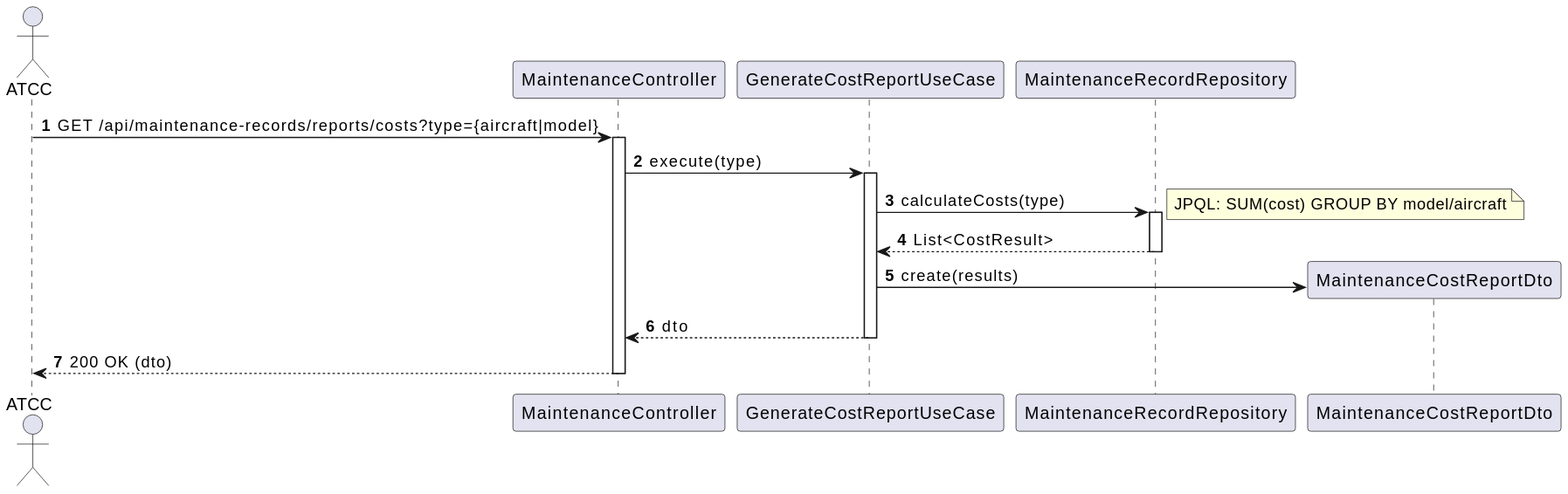
Before: docs/sytem-documentation/US220/svg/US220-SD.svg, a diagram exported from PlantUML (caetanotiago/PSOFT). Source of this version:
```plantuml
@startuml
autonumber
actor "ATCC" as ATCC
participant "MaintenanceController" as Ctrl
participant "GenerateCostReportUseCase" as UseCase
participant "MaintenanceRecordRepository" as Repo
participant "MaintenanceCostReportDto" as Dto

ATCC -> Ctrl : GET /api/maintenance-records/reports/costs?type={aircraft|model}
activate Ctrl

Ctrl -> UseCase : execute(type)
activate UseCase

UseCase -> Repo : calculateCosts(type)
activate Repo
note right: JPQL: SUM(cost) GROUP BY model/aircraft
Repo --> UseCase : List<CostResult>
deactivate Repo

UseCase -> Dto ** : create(results)
UseCase --> Ctrl : dto
deactivate UseCase

Ctrl --> ATCC : 200 OK (dto)
deactivate Ctrl
@enduml
```
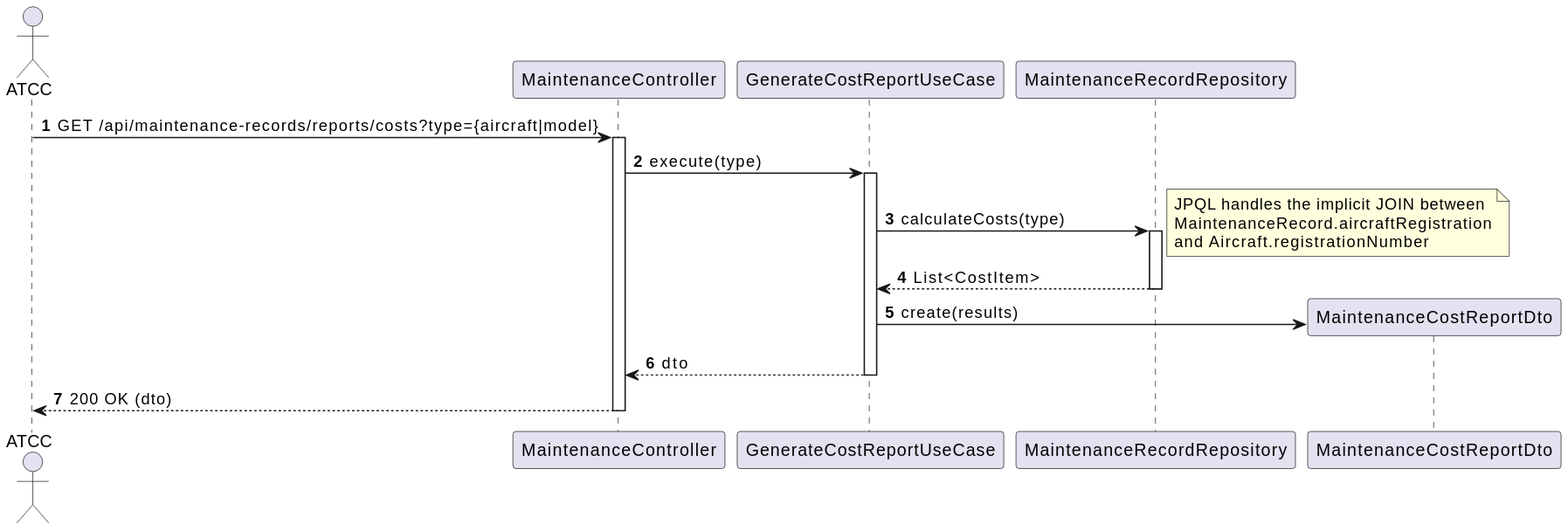
Above is the later version.

Diff of the diagram source:
```diff
@@ -14,8 +14,12 @@
 
 UseCase -> Repo : calculateCosts(type)
 activate Repo
-note right: JPQL: SUM(cost) GROUP BY model/aircraft
-Repo --> UseCase : List<CostResult>
+note right
+  JPQL handles the implicit JOIN between
+  MaintenanceRecord.aircraftRegistration
+  and Aircraft.registrationNumber
+end note
+Repo --> UseCase : List<CostItem>
 deactivate Repo
 
 UseCase -> Dto ** : create(results)
```
